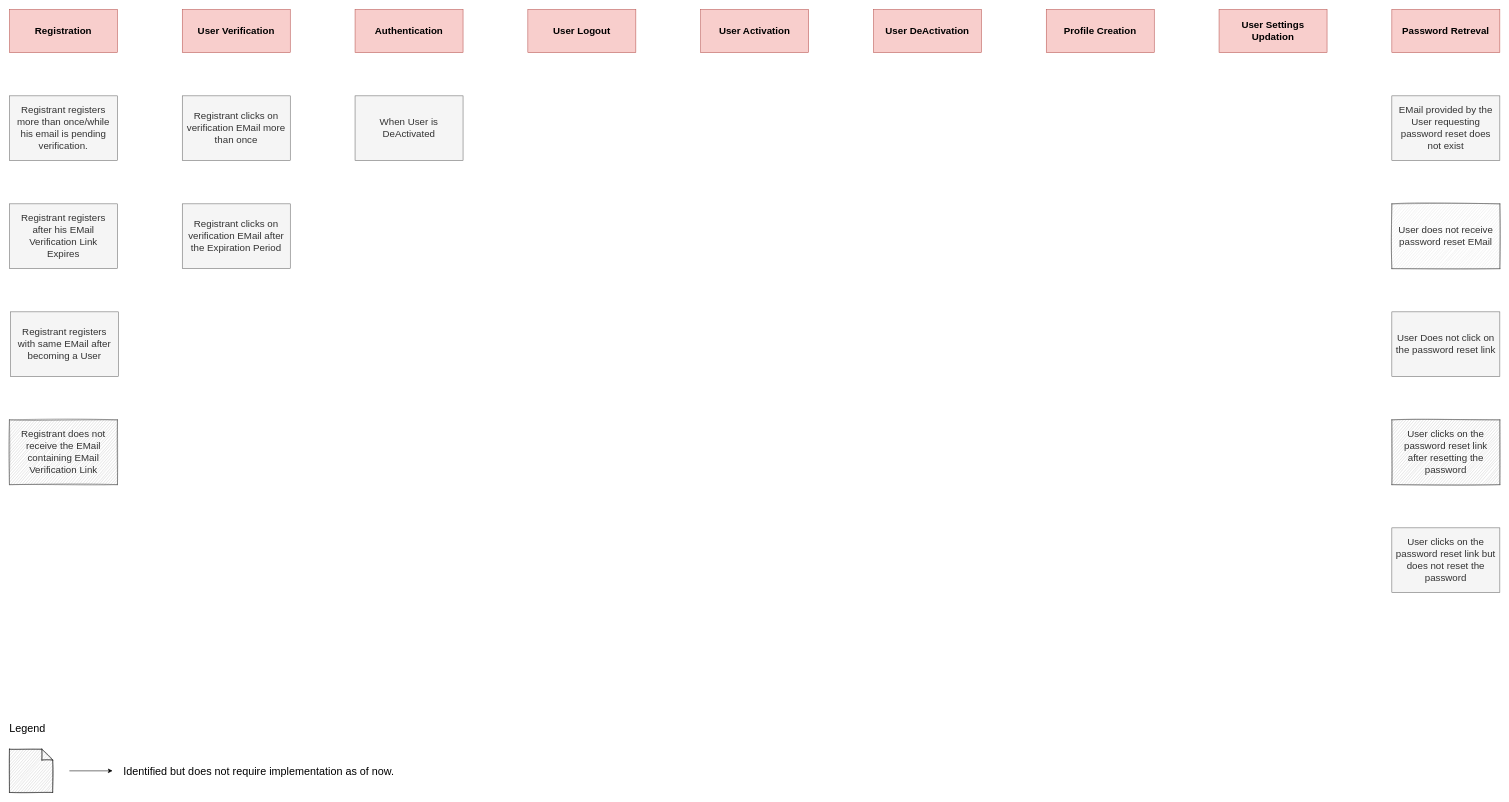
codefinity/oeuvre keeps this draw.io diagram as page "IdentityAccess-ExampleMapping" (6 of 7) of design/EventStorming.drawio. Above is the earlier version. Source tidied: cells renumbered, new cells numbered last; positions are measured from the earlier drawing's top-left corner, leaving out a move shared by most shapes. Both pictures are drawn from the tidied source at 54%, with x=0, y=0 at pixel (9, 9).
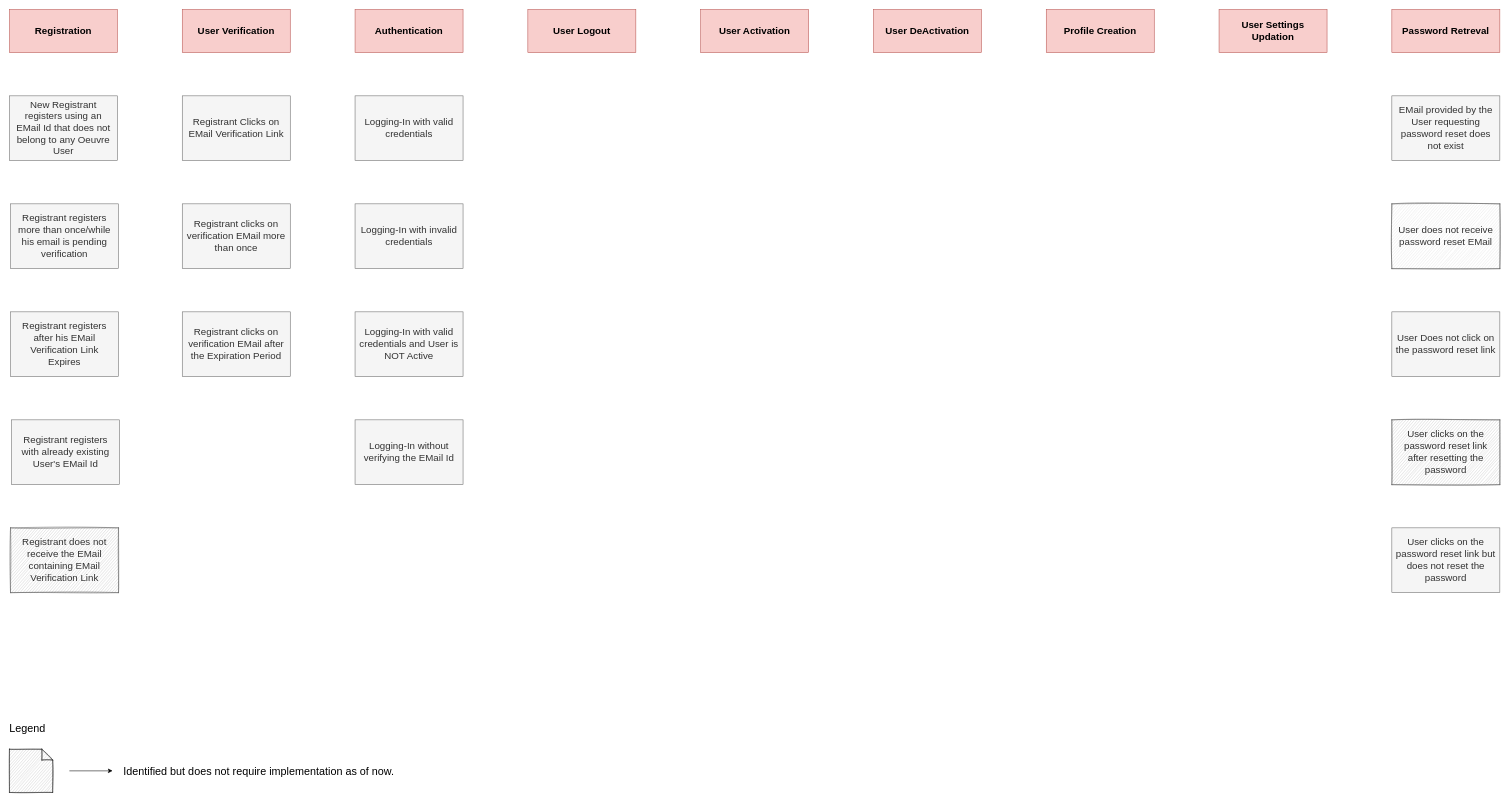
The same page after the edit.

Change to the diagram source:
```diff
@@
-    <mxCell id="10" value="Registrant registers more than once/while his email is pending verification." style="rounded=0;whiteSpace=wrap;html=1;fontSize=18;fillColor=#f5f5f5;strokeColor=#666666;fontColor=#333333;" parent="1" vertex="1">
-      <mxGeometry y="160" width="200" height="120" as="geometry" />
+    <mxCell id="10" value="Registrant registers more than once/while his email is pending verification" style="rounded=0;whiteSpace=wrap;html=1;fontSize=18;fillColor=#f5f5f5;strokeColor=#666666;fontColor=#333333;" parent="1" vertex="1">
+      <mxGeometry x="2" y="360" width="200" height="120" as="geometry" />
     </mxCell>
@@
     <mxCell id="12" value="Registrant clicks on verification EMail more than once" style="rounded=0;whiteSpace=wrap;html=1;fontSize=18;fillColor=#f5f5f5;strokeColor=#666666;fontColor=#333333;" parent="1" vertex="1">
-      <mxGeometry x="320" y="160" width="200" height="120" as="geometry" />
+      <mxGeometry x="320" y="360" width="200" height="120" as="geometry" />
     </mxCell>
-    <mxCell id="13" value="Registrant registers with same EMail after becoming a User" style="rounded=0;whiteSpace=wrap;html=1;fontSize=18;fillColor=#f5f5f5;strokeColor=#666666;fontColor=#333333;spacing=6;" parent="1" vertex="1">
-      <mxGeometry x="2" y="560" width="200" height="120" as="geometry" />
+    <mxCell id="13" value="Registrant registers with already existing User's EMail Id" style="rounded=0;whiteSpace=wrap;html=1;fontSize=18;fillColor=#f5f5f5;strokeColor=#666666;fontColor=#333333;spacing=6;" parent="1" vertex="1">
+      <mxGeometry x="4" y="760" width="200" height="120" as="geometry" />
     </mxCell>
     <mxCell id="14" value="Registrant registers after his EMail Verification Link Expires" style="rounded=0;whiteSpace=wrap;html=1;fontSize=18;fillColor=#f5f5f5;strokeColor=#666666;fontColor=#333333;spacing=6;" parent="1" vertex="1">
-      <mxGeometry y="360" width="200" height="120" as="geometry" />
+      <mxGeometry x="2" y="560" width="200" height="120" as="geometry" />
     </mxCell>
     <mxCell id="15" value="Registrant does not receive the EMail containing EMail Verification Link" style="rounded=0;whiteSpace=wrap;html=1;fontSize=18;strokeColor=#666666;fontColor=#333333;spacing=6;shadow=0;sketch=1;fillColor=#CCCCCC;" parent="1" vertex="1">
-      <mxGeometry y="760" width="200" height="120" as="geometry" />
+      <mxGeometry x="2" y="960" width="200" height="120" as="geometry" />
     </mxCell>
-    <mxCell id="16" value="When User is DeActivated" style="rounded=0;whiteSpace=wrap;html=1;fontSize=18;fillColor=#f5f5f5;strokeColor=#666666;fontColor=#333333;" parent="1" vertex="1">
-      <mxGeometry x="640" y="160" width="200" height="120" as="geometry" />
+    <mxCell id="16" value="Logging-In with valid credentials and User is NOT Active" style="rounded=0;whiteSpace=wrap;html=1;fontSize=18;fillColor=#f5f5f5;strokeColor=#666666;fontColor=#333333;" parent="1" vertex="1">
+      <mxGeometry x="640" y="560" width="200" height="120" as="geometry" />
     </mxCell>
@@
     <mxCell id="26" value="Registrant clicks on verification EMail after the Expiration Period" style="rounded=0;whiteSpace=wrap;html=1;fontSize=18;fillColor=#f5f5f5;strokeColor=#666666;fontColor=#333333;" parent="1" vertex="1">
-      <mxGeometry x="320" y="360" width="200" height="120" as="geometry" />
+      <mxGeometry x="320" y="560" width="200" height="120" as="geometry" />
     </mxCell>
+    <mxCell id="27" value="New Registrant registers using an EMail Id that does not belong to any Oeuvre User" style="rounded=0;whiteSpace=wrap;html=1;fontSize=18;fillColor=#f5f5f5;strokeColor=#666666;fontColor=#333333;spacing=6;" parent="1" vertex="1">
+      <mxGeometry y="160" width="200" height="120" as="geometry" />
+    </mxCell>
+    <mxCell id="28" value="Registrant Clicks on EMail Verification Link" style="rounded=0;whiteSpace=wrap;html=1;fontSize=18;fillColor=#f5f5f5;strokeColor=#666666;fontColor=#333333;" parent="1" vertex="1">
+      <mxGeometry x="320" y="160" width="200" height="120" as="geometry" />
+    </mxCell>
+    <mxCell id="29" value="Logging-In with invalid credentials" style="rounded=0;whiteSpace=wrap;html=1;fontSize=18;fillColor=#f5f5f5;strokeColor=#666666;fontColor=#333333;spacing=6;" parent="1" vertex="1">
+      <mxGeometry x="640" y="360" width="200" height="120" as="geometry" />
+    </mxCell>
+    <mxCell id="30" value="Logging-In with valid credentials" style="rounded=0;whiteSpace=wrap;html=1;fontSize=18;fillColor=#f5f5f5;strokeColor=#666666;fontColor=#333333;spacing=6;" parent="1" vertex="1">
+      <mxGeometry x="640" y="160" width="200" height="120" as="geometry" />
+    </mxCell>
+    <mxCell id="31" value="Logging-In without verifying the EMail Id" style="rounded=0;whiteSpace=wrap;html=1;fontSize=18;fillColor=#f5f5f5;strokeColor=#666666;fontColor=#333333;spacing=6;" parent="1" vertex="1">
+      <mxGeometry x="640" y="760" width="200" height="120" as="geometry" />
+    </mxCell>
```
